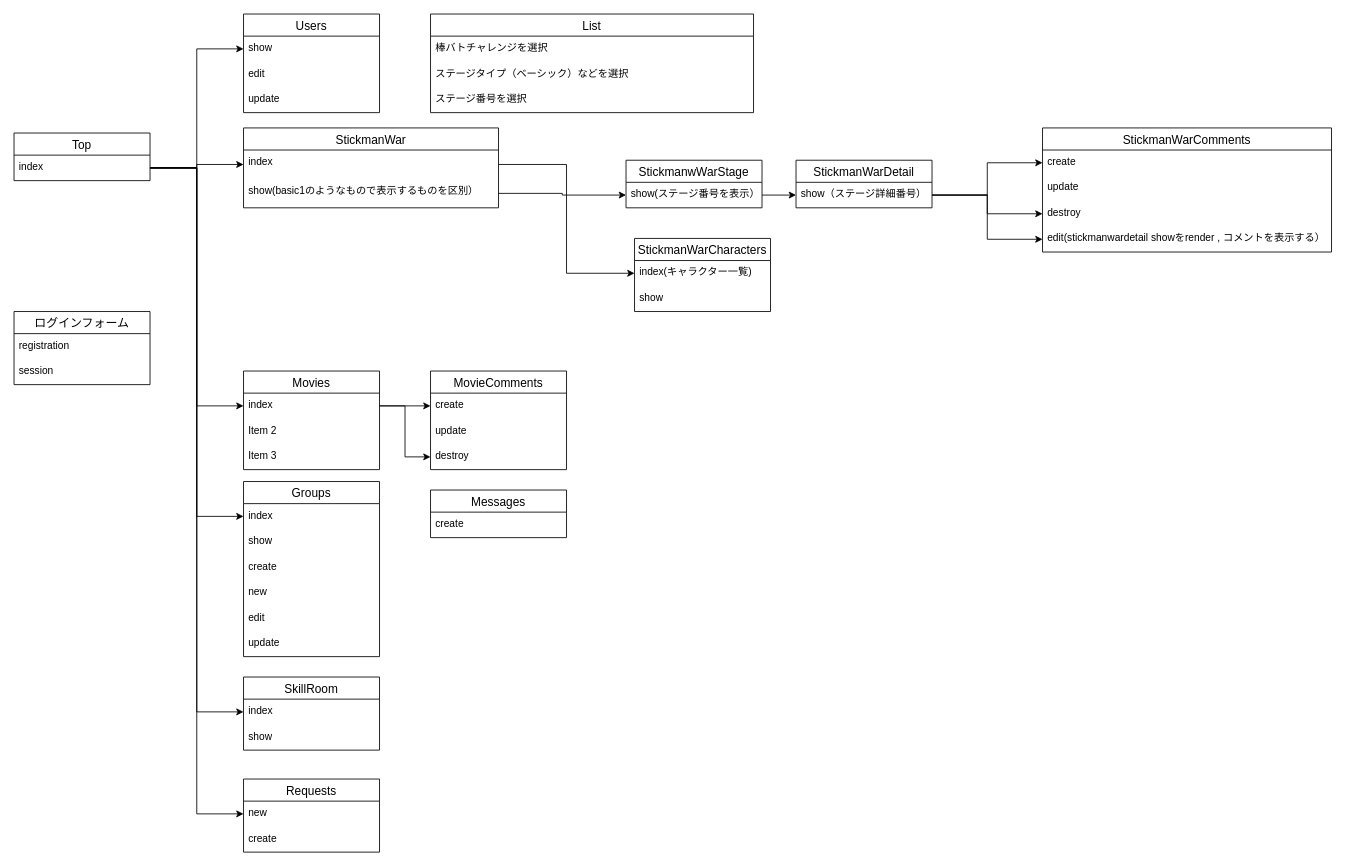
The draw.io diagram flow.dio in runba3011/runba_home, before the edit. Source tidied: cells renumbered, new cells numbered last; positions are measured from the earlier drawing's top-left corner, leaving out a move shared by most shapes. Both pictures are drawn from the tidied source at 85%, with x=0, y=0 at pixel (14, 14).
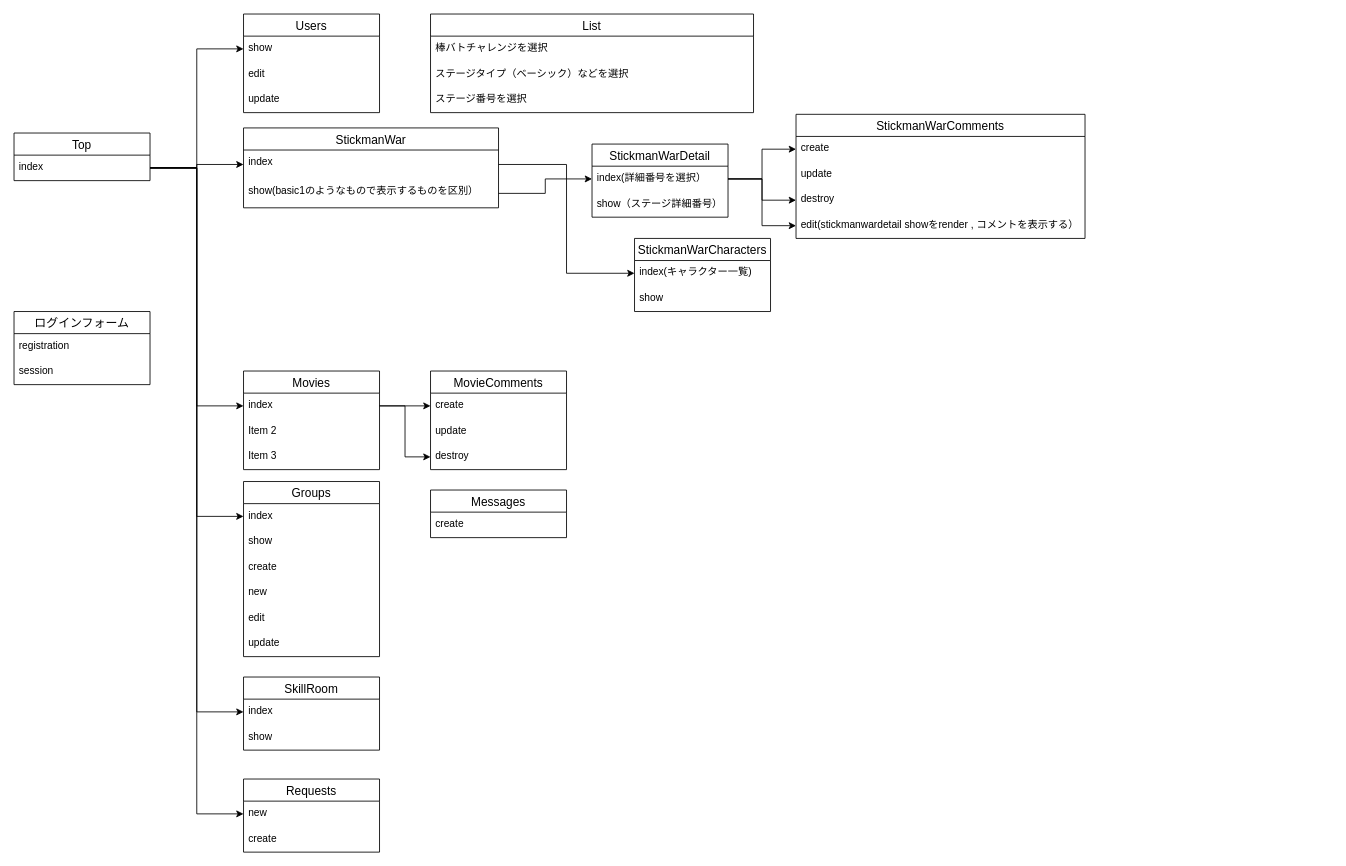
After the change.

The change refers to these unchanged cells:
```xml
<mxCell id="6" value="show(basic1のようなもので表示するものを区別）" style="text;strokeColor=none;fillColor=none;spacingLeft=4;spacingRight=4;overflow=hidden;points=[[0,0.5],[1,0.5]];portConstraint=eastwest;fontSize=12;" parent="4" vertex="1">
  <mxGeometry y="60" width="300" height="34" as="geometry" />
</mxCell>
```

The edit, as a diff of the source:
```diff
@@
     <mxCell id="28" value="StickmanWarComments" style="swimlane;fontStyle=0;horizontal=1;startSize=26;align=center;fontSize=14;" parent="1" vertex="1">
-      <mxGeometry x="1210" y="134" width="340" height="146" as="geometry" />
+      <mxGeometry x="920" y="118" width="340" height="146" as="geometry" />
     </mxCell>
@@
     <mxCell id="46" value="StickmanWarDetail" style="swimlane;fontStyle=0;horizontal=1;startSize=26;align=center;fontSize=14;" parent="1" vertex="1">
-      <mxGeometry x="920" y="172" width="160" height="56" as="geometry" />
+      <mxGeometry x="680" y="153" width="160" height="86" as="geometry" />
     </mxCell>
-    <mxCell id="47" value="show（ステージ詳細番号）" style="text;strokeColor=none;fillColor=none;spacingLeft=4;spacingRight=4;overflow=hidden;points=[[0,0.5],[1,0.5]];portConstraint=eastwest;fontSize=12;" parent="46" vertex="1">
+    <mxCell id="47" value="index(詳細番号を選択）" style="text;strokeColor=none;fillColor=none;spacingLeft=4;spacingRight=4;overflow=hidden;points=[[0,0.5],[1,0.5]];portConstraint=eastwest;fontSize=12;" parent="46" vertex="1">
       <mxGeometry y="26" width="160" height="30" as="geometry" />
     </mxCell>
+    <mxCell id="67" value="show（ステージ詳細番号）" style="text;strokeColor=none;fillColor=none;spacingLeft=4;spacingRight=4;overflow=hidden;fontSize=12;" parent="46" vertex="1">
+      <mxGeometry y="56" width="160" height="30" as="geometry" />
+    </mxCell>
@@
-    <mxCell id="62" value="StickmanwWarStage" style="swimlane;fontStyle=0;horizontal=1;startSize=26;align=center;fontSize=14;" parent="1" vertex="1">
-      <mxGeometry x="720" y="172" width="160" height="56" as="geometry" />
-    </mxCell>
-    <mxCell id="63" value="show(ステージ番号を表示）" style="text;strokeColor=none;fillColor=none;spacingLeft=4;spacingRight=4;overflow=hidden;points=[[0,0.5],[1,0.5]];portConstraint=eastwest;fontSize=12;" parent="62" vertex="1">
-      <mxGeometry y="26" width="160" height="30" as="geometry" />
-    </mxCell>
-    <mxCell id="64" style="edgeStyle=orthogonalEdgeStyle;rounded=0;jettySize=auto;html=1;entryX=0;entryY=0.5;entryDx=0;entryDy=0;" parent="1" edge="1" source="6" target="63">
-      <mxGeometry relative="1" as="geometry" />
-    </mxCell>
-    <mxCell id="65" style="edgeStyle=orthogonalEdgeStyle;rounded=0;jettySize=auto;html=1;entryX=0;entryY=0.5;entryDx=0;entryDy=0;" parent="1" edge="1" source="63" target="47">
-      <mxGeometry relative="1" as="geometry" />
-    </mxCell>
@@
+    <mxCell id="68" style="edgeStyle=orthogonalEdgeStyle;rounded=0;jettySize=auto;html=1;entryX=0;entryY=0.5;entryDx=0;entryDy=0;" parent="1" edge="1" source="6" target="47">
+      <mxGeometry relative="1" as="geometry" />
+    </mxCell>
```
